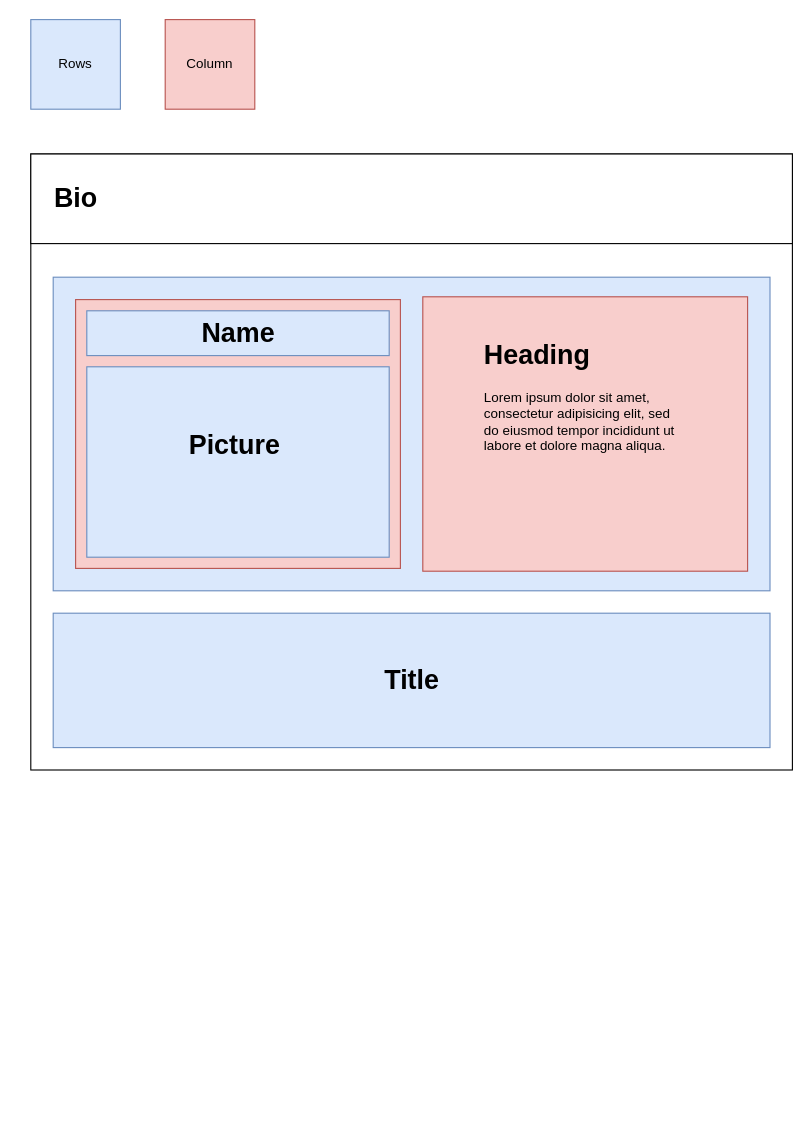
Before: CSS-Bootstrap-Homework.drawio in lpolanco123/CSS-Bootstrap-Homework, a draw.io diagram. Source tidied: cells renumbered, new cells numbered last; positions are measured from the earlier drawing's top-left corner, leaving out a move shared by most shapes. Both pictures are drawn from the tidied source at 112%, with x=0, y=0 at pixel (19, 19).
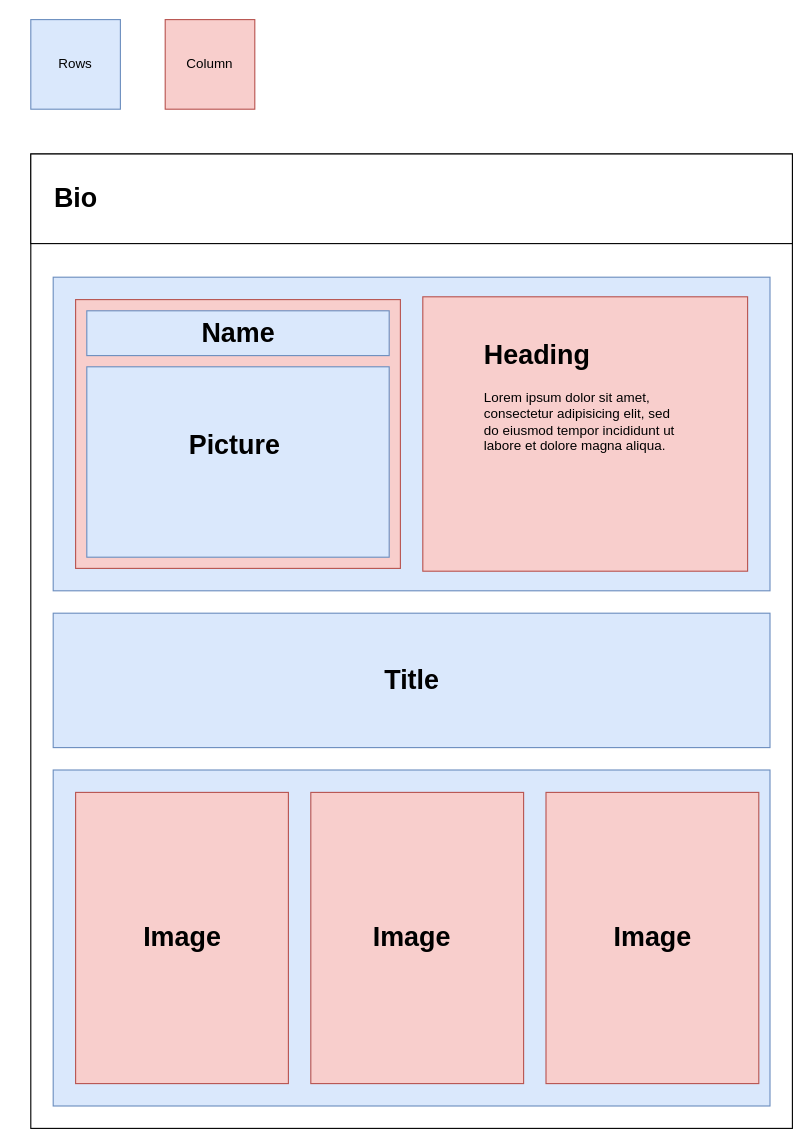
The same page after the edit.

Diff of the diagram source:
```diff
@@
     <mxCell id="2" style="rounded=0;whiteSpace=wrap;html=1;" parent="1" vertex="1">
-      <mxGeometry x="10" y="120" width="680" height="550" as="geometry" />
+      <mxGeometry x="10" y="120" width="680" height="870" as="geometry" />
     </mxCell>
@@
+    <mxCell id="20" style="rounded=0;whiteSpace=wrap;html=1;fillColor=#dae8fc;strokeColor=#6c8ebf;" parent="1" vertex="1">
+      <mxGeometry x="30" y="670" width="640" height="300" as="geometry" />
+    </mxCell>
+    <mxCell id="21" style="rounded=0;whiteSpace=wrap;html=1;fillColor=#f8cecc;strokeColor=#b85450;" parent="1" vertex="1">
+      <mxGeometry x="50" y="690" width="190" height="260" as="geometry" />
+    </mxCell>
+    <mxCell id="22" style="rounded=0;whiteSpace=wrap;html=1;fillColor=#f8cecc;strokeColor=#b85450;" parent="1" vertex="1">
+      <mxGeometry x="260" y="690" width="190" height="260" as="geometry" />
+    </mxCell>
+    <mxCell id="23" style="rounded=0;whiteSpace=wrap;html=1;fillColor=#f8cecc;strokeColor=#b85450;" parent="1" vertex="1">
+      <mxGeometry x="470" y="690" width="190" height="260" as="geometry" />
+    </mxCell>
+    <mxCell id="24" value="Image" style="text;strokeColor=none;fillColor=none;html=1;fontSize=24;fontStyle=1;verticalAlign=middle;align=center;" parent="1" vertex="1">
+      <mxGeometry x="300" y="800" width="100" height="40" as="geometry" />
+    </mxCell>
+    <mxCell id="25" value="Image" style="text;strokeColor=none;fillColor=none;html=1;fontSize=24;fontStyle=1;verticalAlign=middle;align=center;" parent="1" vertex="1">
+      <mxGeometry x="95" y="800" width="100" height="40" as="geometry" />
+    </mxCell>
+    <mxCell id="26" value="Image" style="text;strokeColor=none;fillColor=none;html=1;fontSize=24;fontStyle=1;verticalAlign=middle;align=center;" parent="1" vertex="1">
+      <mxGeometry x="515" y="800" width="100" height="40" as="geometry" />
+    </mxCell>
```
